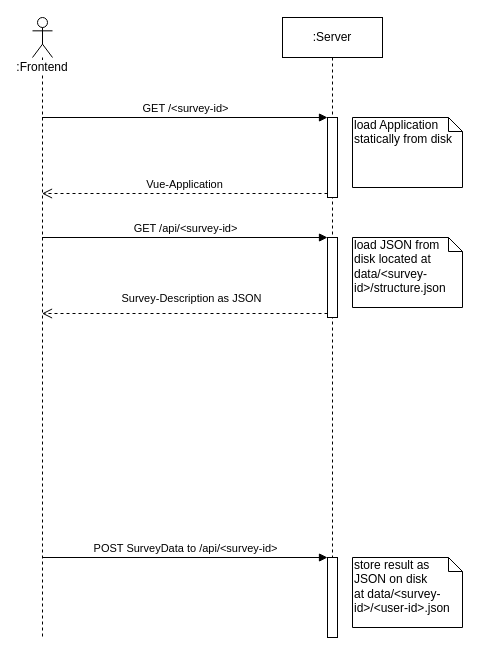
This is survey/Flow.drawio from lustigo/refingerprint, a draw.io file, before an edit. Source tidied: cells renumbered, new cells numbered last; positions are measured from the earlier drawing's top-left corner, leaving out a move shared by most shapes. Both pictures are drawn from the tidied source at 100%, with x=0, y=0 at pixel (32, 17).
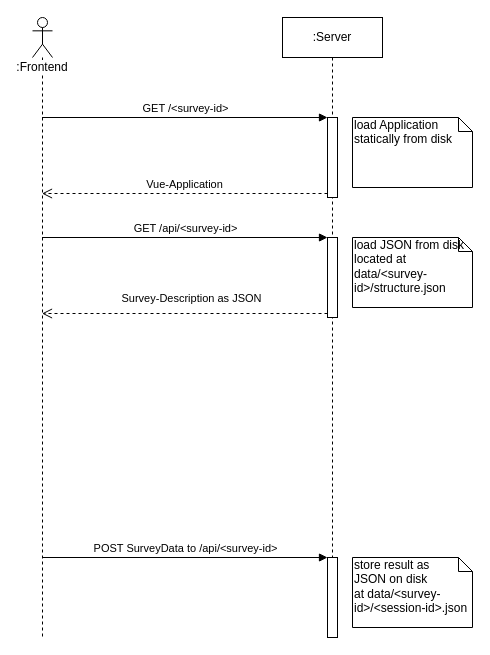
After the change.

Commit message:
fix: survey Flowdiagramm

Diff of the diagram source:
```diff
@@
 <mxGraphModel>
   <root>
     <mxCell id="0" />
     <mxCell id="1" parent="0" />
     <mxCell id="2" value=":Frontend" style="shape=umlLifeline;participant=umlActor;perimeter=lifelinePerimeter;whiteSpace=wrap;html=1;verticalAlign=top;spacingTop=36;labelBackgroundColor=#ffffff;outlineConnect=0;" parent="1" vertex="1">
       <mxGeometry width="20" height="620" as="geometry" />
     </mxCell>
     <mxCell id="3" value=":Server" style="shape=umlLifeline;perimeter=lifelinePerimeter;whiteSpace=wrap;html=1;" parent="1" vertex="1">
       <mxGeometry x="250" width="100" height="620" as="geometry" />
     </mxCell>
     <mxCell id="4" style="html=1;points=[];perimeter=orthogonalPerimeter;" parent="3" vertex="1">
       <mxGeometry x="45" y="100" width="10" height="80" as="geometry" />
     </mxCell>
     <mxCell id="5" style="html=1;points=[];perimeter=orthogonalPerimeter;" parent="3" vertex="1">
       <mxGeometry x="45" y="220" width="10" height="80" as="geometry" />
     </mxCell>
     <mxCell id="6" style="html=1;points=[];perimeter=orthogonalPerimeter;" parent="3" vertex="1">
       <mxGeometry x="45" y="540" width="10" height="80" as="geometry" />
     </mxCell>
     <mxCell id="7" value="GET /&amp;lt;survey-id&amp;gt;" style="html=1;verticalAlign=bottom;endArrow=block;entryX=0;entryY=0;" parent="1" edge="1" source="2" target="4">
       <mxGeometry relative="1" as="geometry" />
     </mxCell>
     <mxCell id="8" value="Vue-Application" style="html=1;verticalAlign=bottom;endArrow=open;dashed=1;endSize=8;exitX=0;exitY=0.95;" parent="1" edge="1" source="4" target="2">
       <mxGeometry relative="1" as="geometry" />
     </mxCell>
     <mxCell id="9" value="load Application&lt;br&gt;statically from disk" style="shape=note;whiteSpace=wrap;html=1;size=14;verticalAlign=top;align=left;spacingTop=-6;" parent="1" vertex="1">
-      <mxGeometry x="320" y="100" width="110" height="70" as="geometry" />
+      <mxGeometry x="320" y="100" width="120" height="70" as="geometry" />
     </mxCell>
     <mxCell id="10" value="GET /api/&amp;lt;survey-id&amp;gt;" style="html=1;verticalAlign=bottom;endArrow=block;entryX=0;entryY=0;" parent="1" edge="1" source="2" target="5">
       <mxGeometry relative="1" as="geometry" />
     </mxCell>
     <mxCell id="11" value="Survey-Description as JSON" style="html=1;verticalAlign=bottom;endArrow=open;dashed=1;endSize=8;exitX=0;exitY=0.95;" parent="1" edge="1" source="5" target="2">
       <mxGeometry x="-0.05" y="-6" relative="1" as="geometry" />
     </mxCell>
     <mxCell id="12" value="load JSON from disk located at&lt;br&gt;data/&amp;lt;survey-id&amp;gt;/structure.json&lt;br&gt;" style="shape=note;whiteSpace=wrap;html=1;size=14;verticalAlign=top;align=left;spacingTop=-6;" parent="1" vertex="1">
-      <mxGeometry x="320" y="220" width="110" height="70" as="geometry" />
+      <mxGeometry x="320" y="220" width="120" height="70" as="geometry" />
     </mxCell>
     <mxCell id="13" value="POST SurveyData to /api/&amp;lt;survey-id&amp;gt;" style="html=1;verticalAlign=bottom;endArrow=block;entryX=0;entryY=0;" parent="1" edge="1" source="2" target="6">
       <mxGeometry relative="1" as="geometry" />
     </mxCell>
-    <mxCell id="14" value="store result as&lt;br&gt;JSON on disk&lt;br&gt;at data/&amp;lt;survey-id&amp;gt;/&amp;lt;user-id&amp;gt;.json" style="shape=note;whiteSpace=wrap;html=1;size=14;verticalAlign=top;align=left;spacingTop=-6;" parent="1" vertex="1">
-      <mxGeometry x="320" y="540" width="110" height="70" as="geometry" />
+    <mxCell id="14" value="store result as&lt;br&gt;JSON on disk&lt;br&gt;at data/&amp;lt;survey-id&amp;gt;/&amp;lt;session-id&amp;gt;.json" style="shape=note;whiteSpace=wrap;html=1;size=14;verticalAlign=top;align=left;spacingTop=-6;" parent="1" vertex="1">
+      <mxGeometry x="320" y="540" width="120" height="70" as="geometry" />
     </mxCell>
   </root>
 </mxGraphModel>
```
